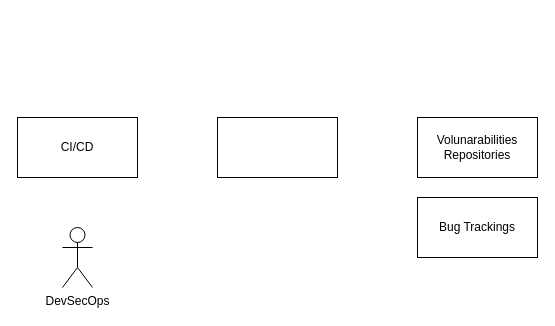
Above: page "context" (1 of 2) of clouddefence.drawio in perandr/clouddefence (draw.io), before the change. Source tidied: cells renumbered, new cells numbered last; positions are measured from the earlier drawing's top-left corner, leaving out a move shared by most shapes. Both pictures are drawn from the tidied source at 100%, with x=0, y=0 at pixel (17, 117). Pictures stored in the file or linked from it are replaced by grey dashed boxes.
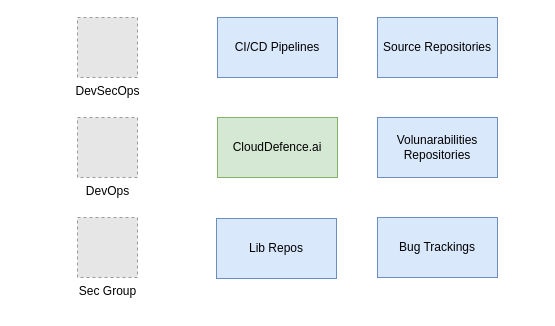
The same page after the edit.

What changed in the source:
```diff
@@
 <mxGraphModel>
   <root>
     <mxCell id="0" />
     <mxCell id="1" parent="0" />
-    <mxCell id="2" style="rounded=0;whiteSpace=wrap;html=1;" parent="1" vertex="1">
+    <mxCell id="2" value="CloudDefence.ai" style="rounded=0;whiteSpace=wrap;html=1;fillColor=#d5e8d4;strokeColor=#82b366;" parent="1" vertex="1">
       <mxGeometry x="200" width="120" height="60" as="geometry" />
     </mxCell>
-    <mxCell id="3" value="CI/CD" style="rounded=0;whiteSpace=wrap;html=1;" parent="1" vertex="1">
-      <mxGeometry width="120" height="60" as="geometry" />
+    <mxCell id="3" value="CI/CD Pipelines" style="rounded=0;whiteSpace=wrap;html=1;fillColor=#dae8fc;strokeColor=#6c8ebf;" parent="1" vertex="1">
+      <mxGeometry x="200" y="-100" width="120" height="60" as="geometry" />
     </mxCell>
-    <mxCell id="4" value="Volunarabilities Repositories" style="rounded=0;whiteSpace=wrap;html=1;" parent="1" vertex="1">
-      <mxGeometry x="400" width="120" height="60" as="geometry" />
+    <mxCell id="4" value="Volunarabilities Repositories" style="rounded=0;whiteSpace=wrap;html=1;fillColor=#dae8fc;strokeColor=#6c8ebf;" parent="1" vertex="1">
+      <mxGeometry x="360" width="120" height="60" as="geometry" />
     </mxCell>
-    <mxCell id="5" value="Bug Trackings" style="rounded=0;whiteSpace=wrap;html=1;" parent="1" vertex="1">
-      <mxGeometry x="400" y="80" width="120" height="60" as="geometry" />
+    <mxCell id="5" value="Bug Trackings" style="rounded=0;whiteSpace=wrap;html=1;fillColor=#dae8fc;strokeColor=#6c8ebf;" parent="1" vertex="1">
+      <mxGeometry x="360" y="100" width="120" height="60" as="geometry" />
     </mxCell>
-    <mxCell id="6" value="DevSecOps" style="shape=umlActor;verticalLabelPosition=bottom;verticalAlign=top;html=1;" parent="1" vertex="1">
-      <mxGeometry x="45" y="110" width="30" height="60" as="geometry" />
+    <mxCell id="6" value="DevSecOps" style="fillColor=#E6E6E6;strokeColor=#999999;dashed=1;html=1;verticalAlign=top;verticalLabelPosition=bottom;labelBackgroundColor=#ffffff;" parent="1" vertex="1">
+      <mxGeometry x="60" y="-100" width="60" height="60" as="geometry" />
     </mxCell>
+    <mxCell id="7" value="Source Repositories" style="rounded=0;whiteSpace=wrap;html=1;fillColor=#dae8fc;strokeColor=#6c8ebf;" parent="1" vertex="1">
+      <mxGeometry x="360" y="-100" width="120" height="60" as="geometry" />
+    </mxCell>
+    <mxCell id="8" value="Lib Repos" style="rounded=0;whiteSpace=wrap;html=1;fillColor=#dae8fc;strokeColor=#6c8ebf;" parent="1" vertex="1">
+      <mxGeometry x="199" y="101" width="120" height="60" as="geometry" />
+    </mxCell>
+    <mxCell id="9" value="DevOps" style="fillColor=#E6E6E6;strokeColor=#999999;dashed=1;html=1;verticalAlign=top;verticalLabelPosition=bottom;labelBackgroundColor=#ffffff;" parent="1" vertex="1">
+      <mxGeometry x="60" width="60" height="60" as="geometry" />
+    </mxCell>
+    <mxCell id="10" value="Sec Group" style="fillColor=#E6E6E6;strokeColor=#999999;dashed=1;html=1;verticalAlign=top;verticalLabelPosition=bottom;labelBackgroundColor=#ffffff;" parent="1" vertex="1">
+      <mxGeometry x="60" y="100" width="60" height="60" as="geometry" />
+    </mxCell>
   </root>
 </mxGraphModel>
```
